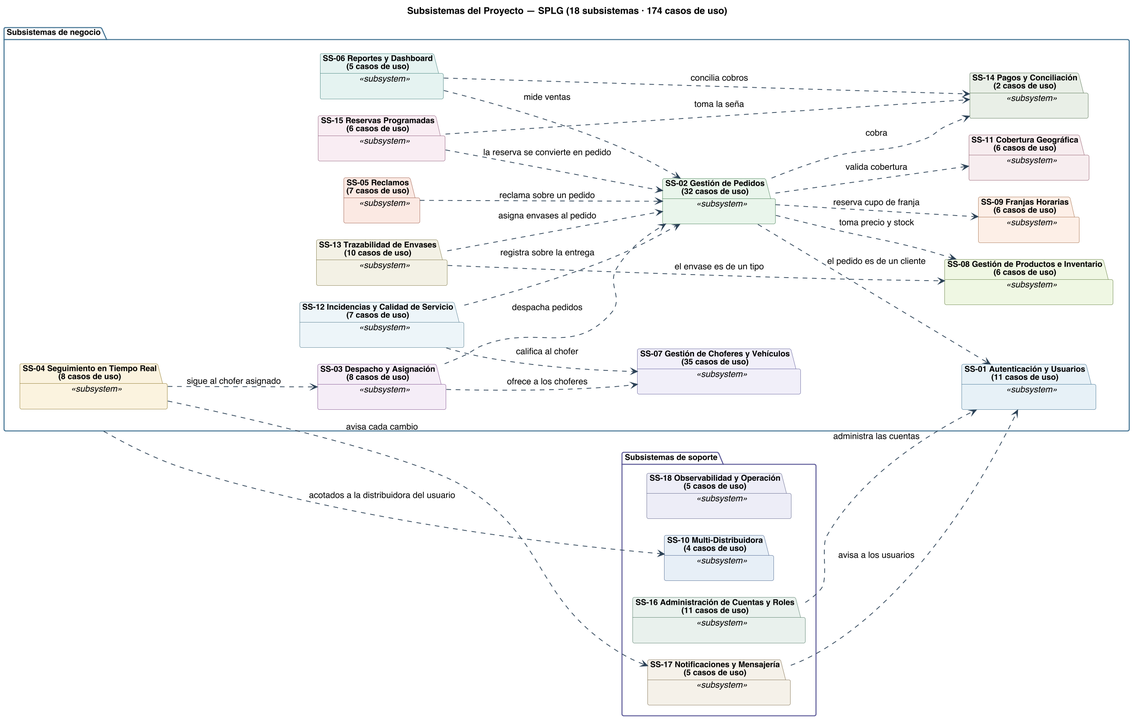
Earlier version of the PlantUML export diagramas/uml/CU_Sistema_Subsistemas.png (Nahuelito-Dev/splg-docs).
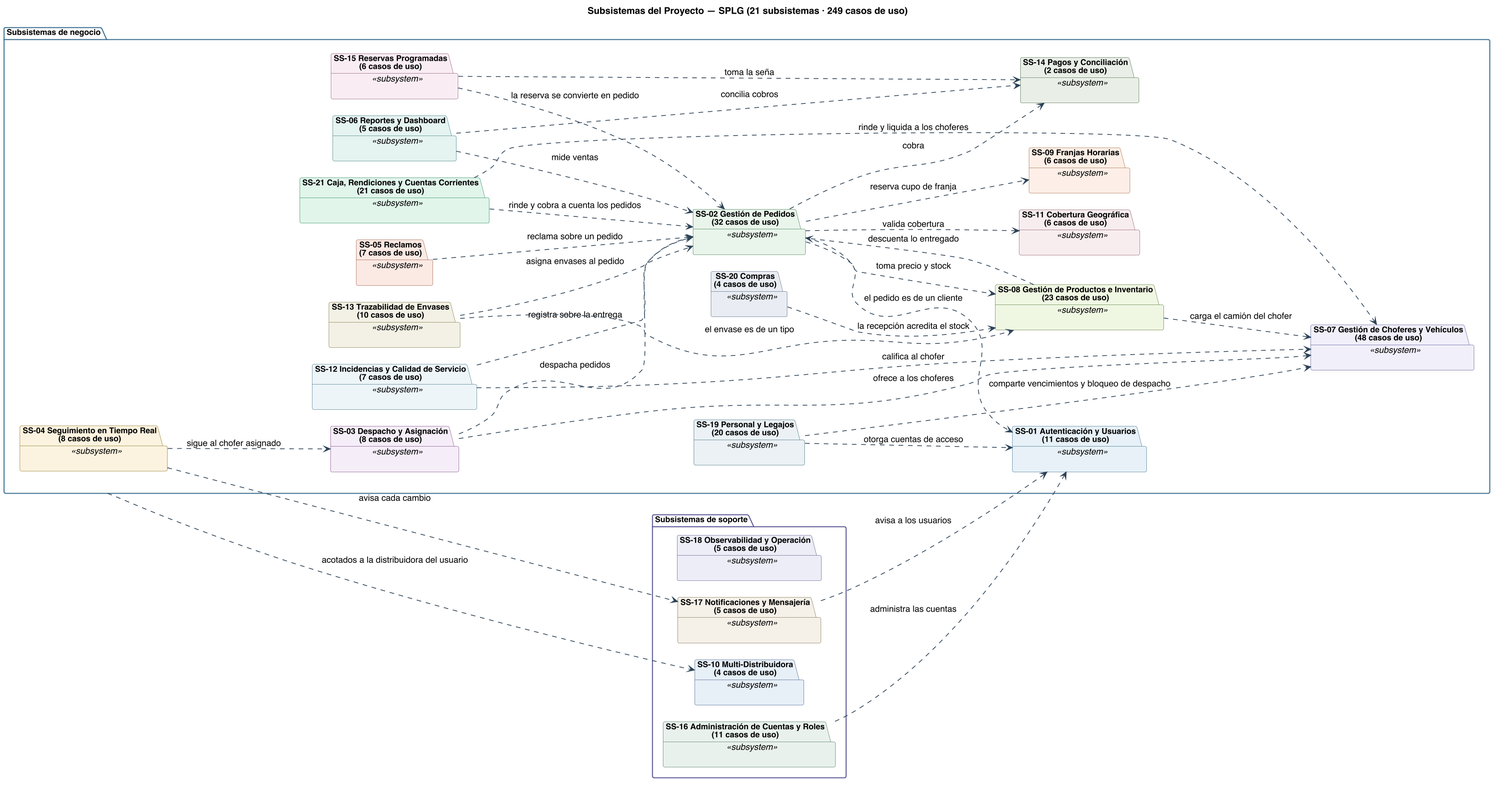
After the commit.

Diff of the diagram source:
```diff
@@ -1,5 +1,5 @@
 @startuml
-title Subsistemas del Proyecto — SPLG (18 subsistemas · 174 casos de uso)
+title Subsistemas del Proyecto — SPLG (21 subsistemas · 249 casos de uso)
 skinparam backgroundColor #FFFFFF
 skinparam shadowing false
 skinparam defaultFontName Helvetica
@@ -46,9 +46,9 @@
   }
   package "SS-06 Reportes y Dashboard\n(5 casos de uso)" as MSS06 <<subsystem>> #back:E4F2F1;line:3E7C79 {
   }
-  package "SS-07 Gestión de Choferes y Vehículos\n(35 casos de uso)" as MSS07 <<subsystem>> #back:F0EEF9;line:5A5896 {
+  package "SS-07 Gestión de Choferes y Vehículos\n(48 casos de uso)" as MSS07 <<subsystem>> #back:F0EEF9;line:5A5896 {
   }
-  package "SS-08 Gestión de Productos e Inventario\n(6 casos de uso)" as MSS08 <<subsystem>> #back:EFF6E2;line:5E7A3A {
+  package "SS-08 Gestión de Productos e Inventario\n(23 casos de uso)" as MSS08 <<subsystem>> #back:EFF6E2;line:5E7A3A {
   }
   package "SS-09 Franjas Horarias\n(6 casos de uso)" as MSS09 <<subsystem>> #back:FDEFE6;line:A26A45 {
   }
@@ -61,6 +61,12 @@
   package "SS-14 Pagos y Conciliación\n(2 casos de uso)" as MSS14 <<subsystem>> #back:E9EFE6;line:4E6B4A {
   }
   package "SS-15 Reservas Programadas\n(6 casos de uso)" as MSS15 <<subsystem>> #back:F8EDF3;line:8A5674 {
+  }
+  package "SS-19 Personal y Legajos\n(20 casos de uso)" as MSS19 <<subsystem>> #back:EAF1F4;line:3D6B7A {
+  }
+  package "SS-20 Compras\n(4 casos de uso)" as MSS20 <<subsystem>> #back:E9EDF2;line:55657A {
+  }
+  package "SS-21 Caja, Rendiciones y Cuentas Corrientes\n(21 casos de uso)" as MSS21 <<subsystem>> #back:E1F4EA;line:2A8A5C {
   }
 }
 package "Subsistemas de soporte" as GSOP #back:FFFFFF;line:5A5896 {
@@ -92,8 +98,15 @@
 MSS13 ..> MSS08 : el envase es de un tipo
 MSS15 ..> MSS02 : la reserva se convierte en pedido
 MSS15 ..> MSS14 : toma la seña
+MSS19 ..> MSS01 : otorga cuentas de acceso
+MSS19 ..> MSS07 : comparte vencimientos y bloqueo de despacho
+MSS20 ..> MSS08 : la recepción acredita el stock
+MSS08 ..> MSS02 : descuenta lo entregado
+MSS08 ..> MSS07 : carga el camión del chofer
 MSS16 ..> MSS01 : administra las cuentas
 MSS17 ..> MSS01 : avisa a los usuarios
+MSS21 ..> MSS02 : rinde y cobra a cuenta los pedidos
+MSS21 ..> MSS07 : rinde y liquida a los choferes
 GNEG ..> MSS10 : acotados a la distribuidora del usuario
 
 @enduml
```
